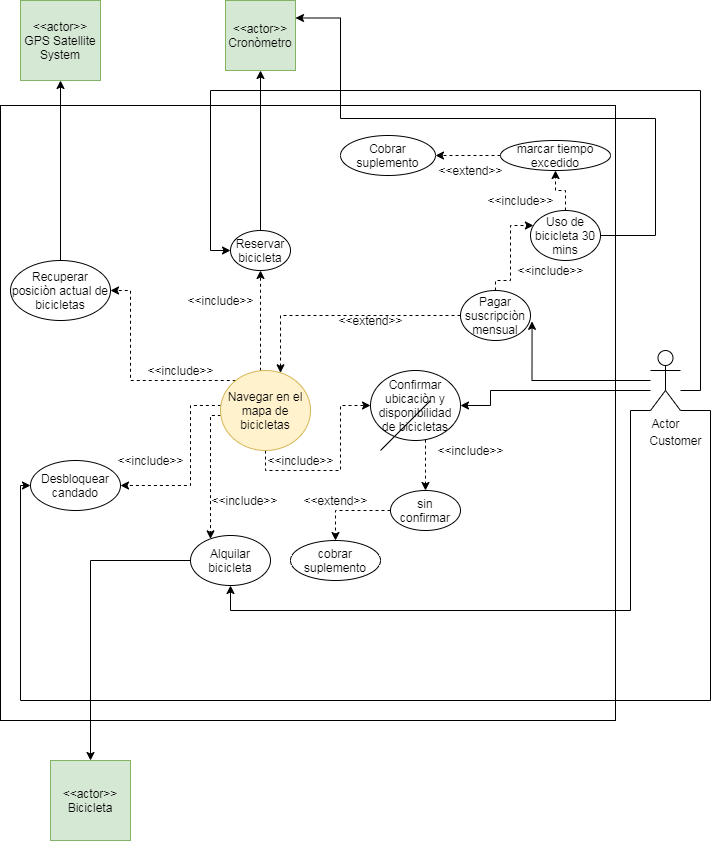
Before: Untitled Diagram.png, a diagram exported from draw.io (sharon1160/IS). Source tidied: cells renumbered, new cells last; positions are measured from the earlier drawing's top-left corner, leaving out a move shared by most shapes.
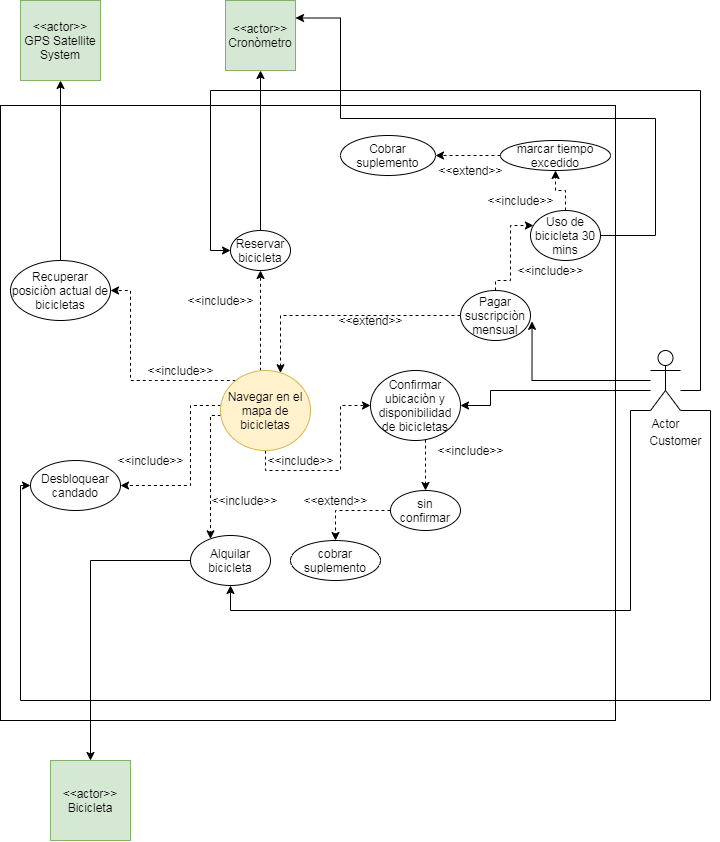
After the change.

What changed in the source:
```diff
@@ -217,11 +217,5 @@
     <mxCell id="50" value="&amp;lt;&amp;lt;extend&amp;gt;&amp;gt;" style="text;html=1;align=center;verticalAlign=middle;" parent="1" vertex="1">
       <mxGeometry x="295" y="490" width="80" height="20" as="geometry" />
     </mxCell>
-    <mxCell id="51" style="endArrow=none;html=1;" parent="1" edge="1">
-      <mxGeometry relative="1" as="geometry">
-        <mxPoint x="380" y="450" as="sourcePoint" />
-        <mxPoint x="430" y="400" as="targetPoint" />
-      </mxGeometry>
-    </mxCell>
   </root>
 </mxGraphModel>
```
